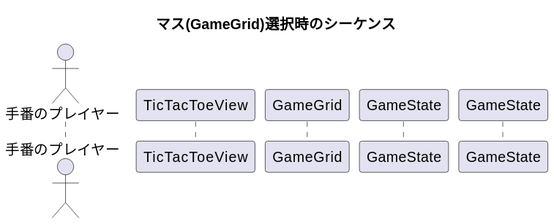
hi2k1978/react-samples keeps this PlantUML diagram as tic-tac-toe/doc/selectGameGrid.svg. Above is the earlier version. Its diagram source:
```plantuml
@startuml
title マス(GameGrid)選択時のシーケンス

Actor "手番のプレイヤー" as Player
participant "TicTacToeView" as TicTacToeView
participant "GameGrid" as GameGrid
participant "GameState" as GameState
participant "GameState" as GameTurn

@enduml
```
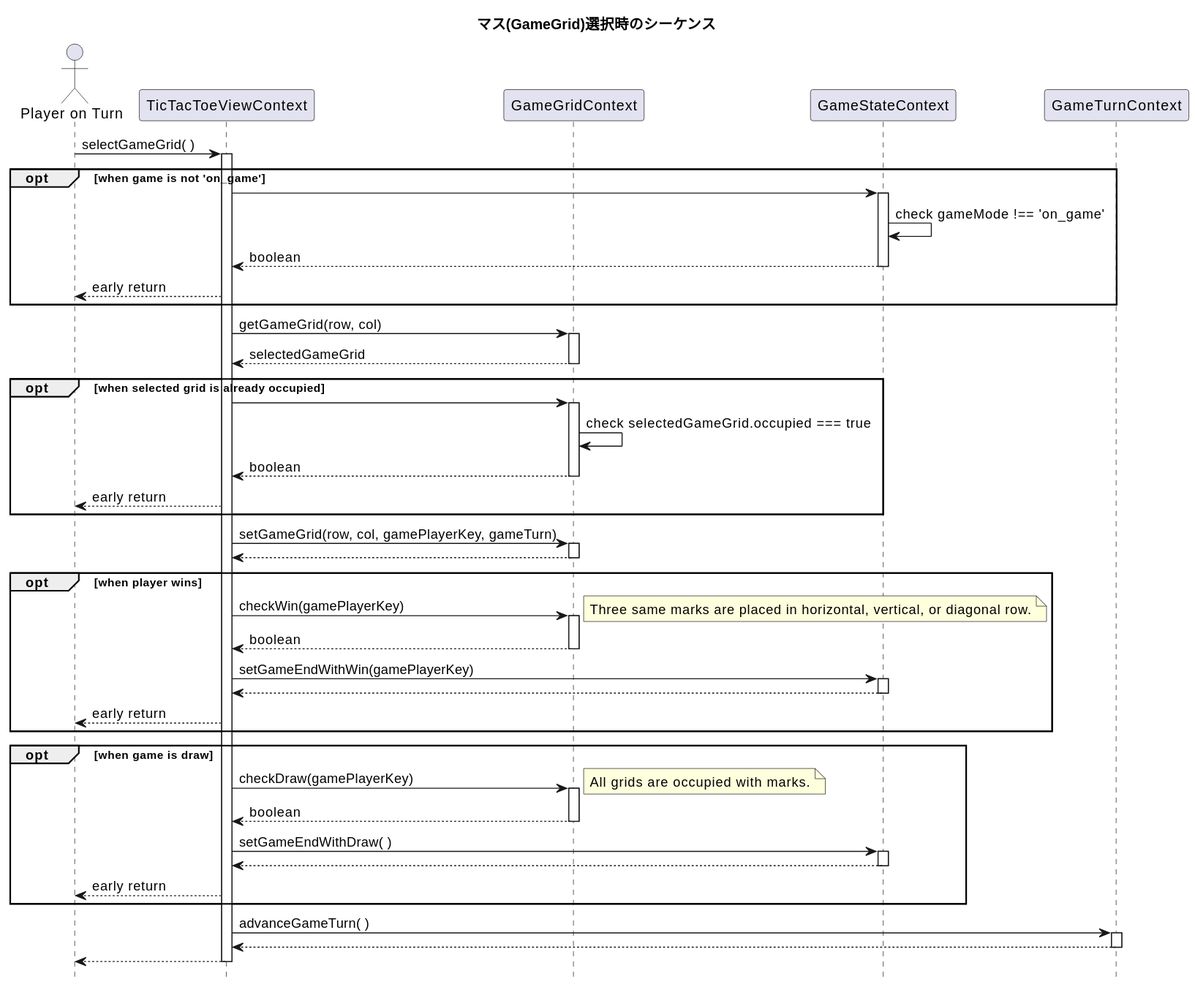
The same file after the commit.

Commit message:
generate svgs

Change to the diagram source:
```diff
@@ -1,10 +1,82 @@
 @startuml
 title マス(GameGrid)選択時のシーケンス
+hide footbox
 
-Actor "手番のプレイヤー" as Player
-participant "TicTacToeView" as TicTacToeView
-participant "GameGrid" as GameGrid
-participant "GameState" as GameState
-participant "GameState" as GameTurn
+Actor "Player on Turn" as Player
+participant "TicTacToeViewContext" as TicTacToeView
+participant "GameGridContext" as GameGrid
+participant "GameStateContext" as GameState
+participant "GameTurnContext" as GameTurn
+
+Player -> TicTacToeView: selectGameGrid( )
+activate TicTacToeView
+
+opt when game is not 'on_game'
+    TicTacToeView -> GameState:
+    activate GameState
+    GameState -> GameState: check gameMode !== 'on_game'
+    GameState --> TicTacToeView: boolean
+    deactivate GameState
+    TicTacToeView --> Player: early return
+end
+
+TicTacToeView -> GameGrid: getGameGrid(row, col)
+activate GameGrid
+GameGrid --> TicTacToeView: selectedGameGrid
+deactivate GameGrid
+
+opt when selected grid is already occupied
+    TicTacToeView -> GameGrid
+    activate GameGrid
+    GameGrid -> GameGrid: check selectedGameGrid.occupied === true
+    GameGrid --> TicTacToeView:boolean
+    deactivate GameGrid
+    TicTacToeView --> Player: early return
+end
+
+TicTacToeView -> GameGrid: setGameGrid(row, col, gamePlayerKey, gameTurn)
+activate GameGrid
+GameGrid --> TicTacToeView:
+deactivate GameGrid
+
+opt when player wins
+    TicTacToeView -> GameGrid: checkWin(gamePlayerKey)
+    note right
+    	 Three same marks are placed in horizontal, vertical, or diagonal row.
+    end note
+    activate GameGrid
+    GameGrid --> TicTacToeView: boolean
+    deactivate GameGrid
+
+    TicTacToeView -> GameState: setGameEndWithWin(gamePlayerKey)
+    activate GameState
+    GameState --> TicTacToeView
+    deactivate GameState
+    TicTacToeView --> Player: early return
+end
+
+opt when game is draw
+    TicTacToeView -> GameGrid: checkDraw(gamePlayerKey)
+    note right
+    	 All grids are occupied with marks.
+    end note
+    activate GameGrid
+    GameGrid --> TicTacToeView: boolean
+    deactivate GameGrid
+
+    TicTacToeView -> GameState: setGameEndWithDraw( )
+    activate GameState
+    GameState --> TicTacToeView
+    deactivate GameState
+    TicTacToeView --> Player: early return
+end
+
+TicTacToeView -> GameTurn: advanceGameTurn( )
+activate GameTurn
+GameTurn --> TicTacToeView
+deactivate GameTurn
+
+TicTacToeView --> Player:
+deactivate TicTacToeView
 
 @enduml
```
